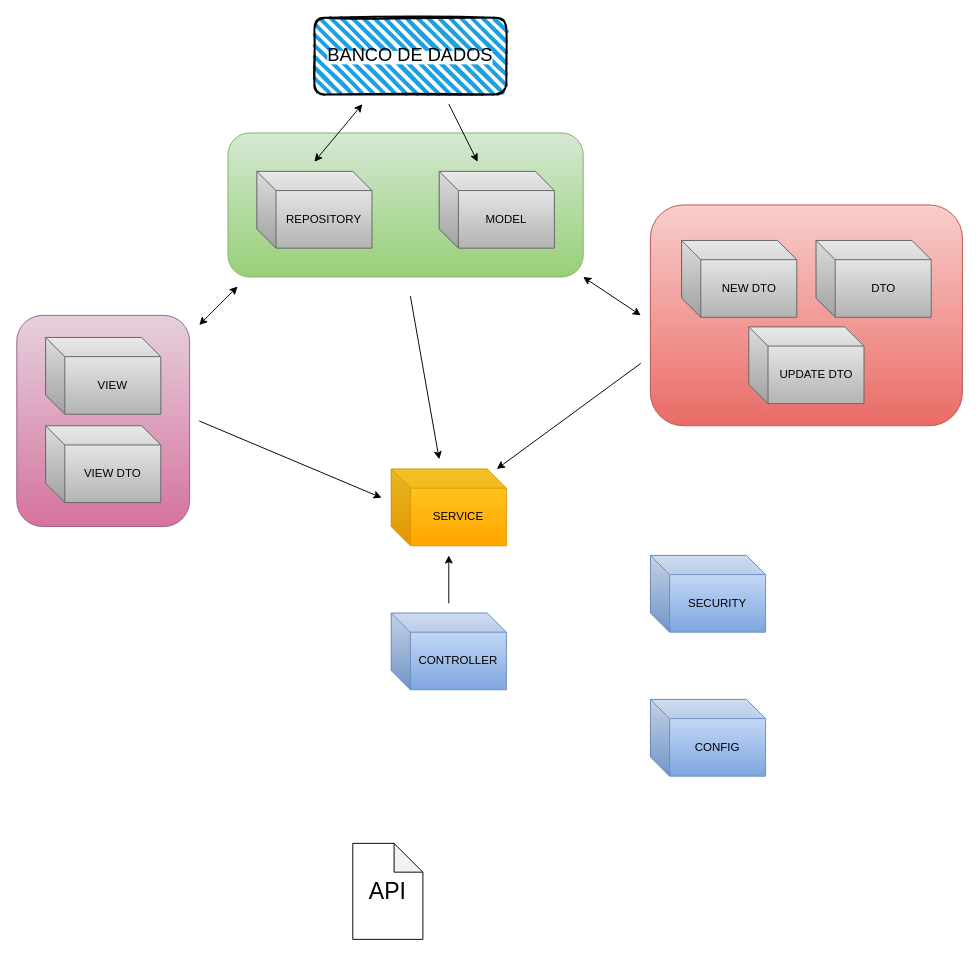
This is page "Estrutura - Java Project" (2 of 3) of Faca&Bigode.drawio from dev-welligtonlins/spring-security, a draw.io file, before an edit. Source tidied: cells renumbered, new cells numbered last; positions are measured from the earlier drawing's top-left corner, leaving out a move shared by most shapes. Both pictures are drawn from the tidied source at 96%, with x=0, y=0 at pixel (16, 17).
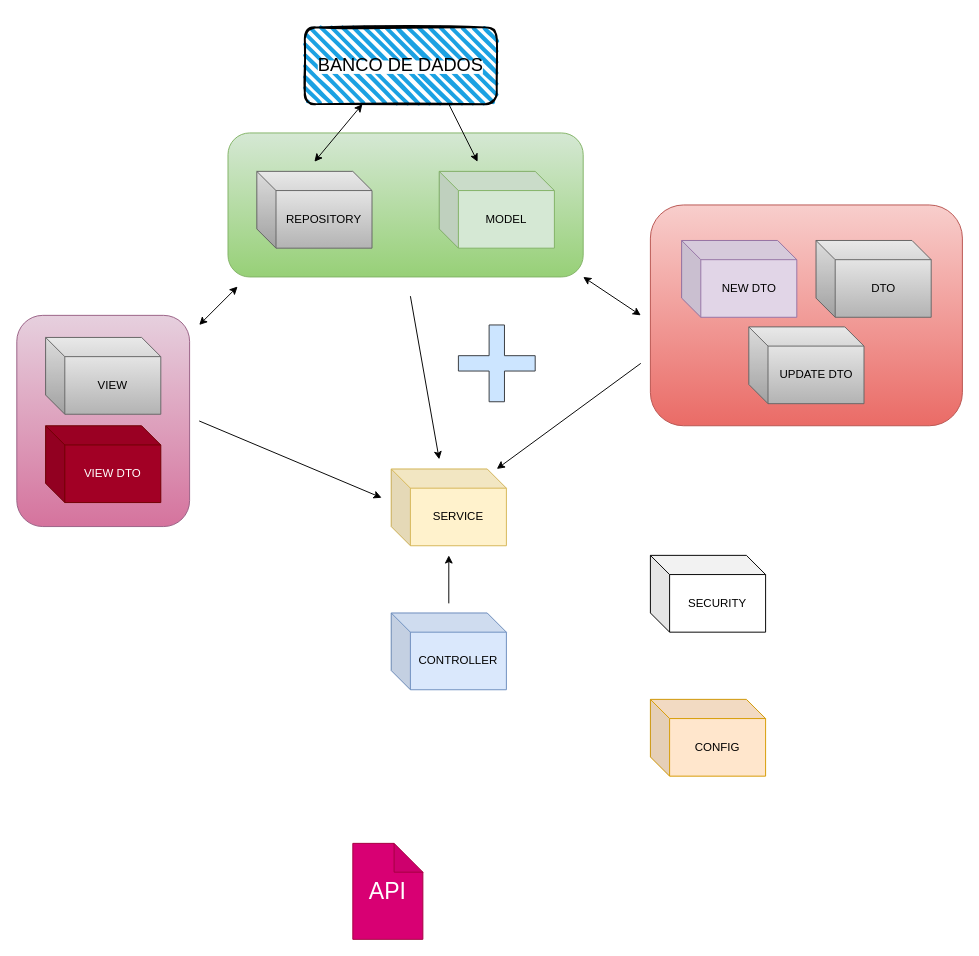
The same page after the edit.

What changed in the source:
```diff
@@
-    <mxCell id="6" value="MODEL" style="shape=cube;whiteSpace=wrap;html=1;boundedLbl=1;backgroundOutline=1;darkOpacity=0.05;darkOpacity2=0.1;fillColor=#f5f5f5;gradientColor=#b3b3b3;strokeColor=#666666;" parent="1" vertex="1">
+    <mxCell id="6" value="MODEL" style="shape=cube;whiteSpace=wrap;html=1;boundedLbl=1;backgroundOutline=1;darkOpacity=0.05;darkOpacity2=0.1;fillColor=#d5e8d4;strokeColor=#82b366;" parent="1" vertex="1">
       <mxGeometry x="440" y="160" width="120" height="80" as="geometry" />
     </mxCell>
-    <mxCell id="7" value="SERVICE" style="shape=cube;whiteSpace=wrap;html=1;boundedLbl=1;backgroundOutline=1;darkOpacity=0.05;darkOpacity2=0.1;fillColor=#ffcd28;gradientColor=#ffa500;strokeColor=#d79b00;" parent="1" vertex="1">
+    <mxCell id="7" value="SERVICE" style="shape=cube;whiteSpace=wrap;html=1;boundedLbl=1;backgroundOutline=1;darkOpacity=0.05;darkOpacity2=0.1;fillColor=#fff2cc;strokeColor=#d6b656;" parent="1" vertex="1">
       <mxGeometry x="390" y="470" width="120" height="80" as="geometry" />
     </mxCell>
@@
-    <mxCell id="9" value="CONTROLLER" style="shape=cube;whiteSpace=wrap;html=1;boundedLbl=1;backgroundOutline=1;darkOpacity=0.05;darkOpacity2=0.1;fillColor=#dae8fc;gradientColor=#7ea6e0;strokeColor=#6c8ebf;" parent="1" vertex="1">
+    <mxCell id="9" value="CONTROLLER" style="shape=cube;whiteSpace=wrap;html=1;boundedLbl=1;backgroundOutline=1;darkOpacity=0.05;darkOpacity2=0.1;fillColor=#dae8fc;strokeColor=#6c8ebf;" parent="1" vertex="1">
       <mxGeometry x="390" y="620" width="120" height="80" as="geometry" />
     </mxCell>
@@
-    <mxCell id="11" value="NEW DTO" style="shape=cube;whiteSpace=wrap;html=1;boundedLbl=1;backgroundOutline=1;darkOpacity=0.05;darkOpacity2=0.1;fillColor=#f5f5f5;gradientColor=#b3b3b3;strokeColor=#666666;" parent="1" vertex="1">
+    <mxCell id="11" value="NEW DTO" style="shape=cube;whiteSpace=wrap;html=1;boundedLbl=1;backgroundOutline=1;darkOpacity=0.05;darkOpacity2=0.1;fillColor=#e1d5e7;strokeColor=#9673a6;" parent="1" vertex="1">
       <mxGeometry x="692.5" y="232" width="120" height="80" as="geometry" />
     </mxCell>
@@
-    <mxCell id="14" value="VIEW DTO" style="shape=cube;whiteSpace=wrap;html=1;boundedLbl=1;backgroundOutline=1;darkOpacity=0.05;darkOpacity2=0.1;fillColor=#f5f5f5;gradientColor=#b3b3b3;strokeColor=#666666;" parent="1" vertex="1">
+    <mxCell id="14" value="VIEW DTO" style="shape=cube;whiteSpace=wrap;html=1;boundedLbl=1;backgroundOutline=1;darkOpacity=0.05;darkOpacity2=0.1;fillColor=#a20025;fontColor=#ffffff;strokeColor=#6F0000;" parent="1" vertex="1">
       <mxGeometry x="30" y="425" width="120" height="80" as="geometry" />
     </mxCell>
     <mxCell id="15" value="&lt;span style=&quot;background-color: light-dark(#ffffff, var(--ge-dark-color, #121212));&quot;&gt;&lt;font style=&quot;font-size: 19px; line-height: 360%;&quot;&gt;BANCO DE DADOS&lt;/font&gt;&lt;/span&gt;" style="rounded=1;whiteSpace=wrap;html=1;strokeWidth=2;fillWeight=4;hachureGap=8;hachureAngle=45;fillColor=#1ba1e2;sketch=1;" parent="1" vertex="1">
-      <mxGeometry x="310" width="200" height="80" as="geometry" />
+      <mxGeometry x="300" y="10" width="200" height="80" as="geometry" />
     </mxCell>
@@
-    <mxCell id="23" value="&lt;font style=&quot;font-size: 24px;&quot;&gt;API&lt;/font&gt;" style="shape=note;whiteSpace=wrap;html=1;backgroundOutline=1;darkOpacity=0.05;" parent="1" vertex="1">
+    <mxCell id="23" value="&lt;font style=&quot;font-size: 24px;&quot;&gt;API&lt;/font&gt;" style="shape=note;whiteSpace=wrap;html=1;backgroundOutline=1;darkOpacity=0.05;fillColor=#d80073;fontColor=#ffffff;strokeColor=#A50040;" parent="1" vertex="1">
       <mxGeometry x="350" y="860" width="73" height="100" as="geometry" />
     </mxCell>
-    <mxCell id="24" value="CONFIG" style="shape=cube;whiteSpace=wrap;html=1;boundedLbl=1;backgroundOutline=1;darkOpacity=0.05;darkOpacity2=0.1;fillColor=#dae8fc;gradientColor=#7ea6e0;strokeColor=#6c8ebf;" parent="1" vertex="1">
+    <mxCell id="24" value="CONFIG" style="shape=cube;whiteSpace=wrap;html=1;boundedLbl=1;backgroundOutline=1;darkOpacity=0.05;darkOpacity2=0.1;fillColor=#ffe6cc;strokeColor=#d79b00;" parent="1" vertex="1">
       <mxGeometry x="660" y="710" width="120" height="80" as="geometry" />
     </mxCell>
-    <mxCell id="25" value="SECURITY" style="shape=cube;whiteSpace=wrap;html=1;boundedLbl=1;backgroundOutline=1;darkOpacity=0.05;darkOpacity2=0.1;fillColor=#dae8fc;gradientColor=#7ea6e0;strokeColor=#6c8ebf;" parent="1" vertex="1">
+    <mxCell id="25" value="SECURITY" style="shape=cube;whiteSpace=wrap;html=1;boundedLbl=1;backgroundOutline=1;darkOpacity=0.05;darkOpacity2=0.1;fillColor=none;" parent="1" vertex="1">
       <mxGeometry x="660" y="560" width="120" height="80" as="geometry" />
     </mxCell>
+    <mxCell id="26" style="shape=cross;whiteSpace=wrap;html=1;fillColor=#cce5ff;strokeColor=#36393d;" parent="1" vertex="1">
+      <mxGeometry x="460" y="320" width="80" height="80" as="geometry" />
+    </mxCell>
```
